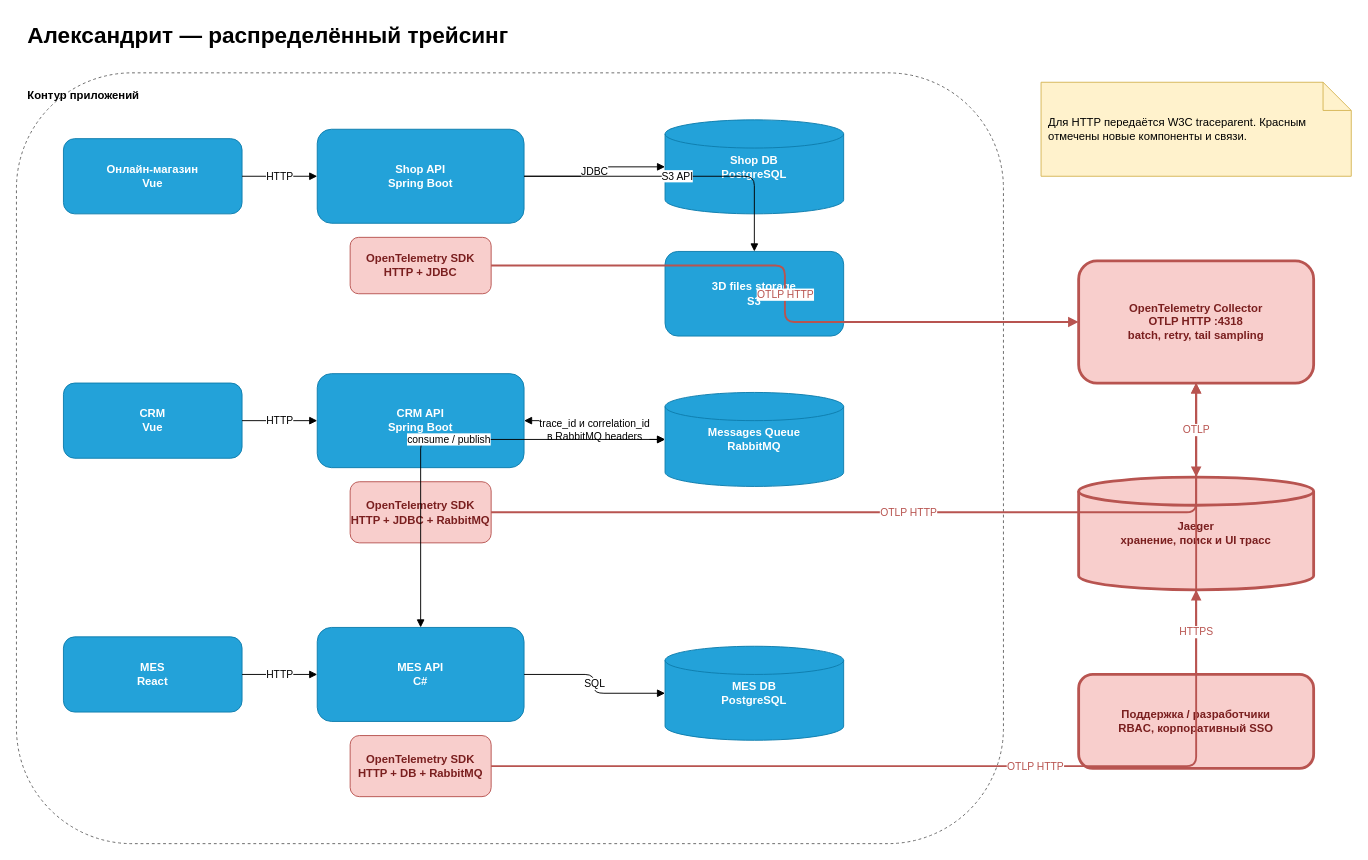
Rainbow42/architecture-pro-alexandrite keeps this draw.io diagram as Task3/Трейсинг-базовое-решение.drawio. Above is the earlier version. Source tidied: cells renumbered, new cells numbered last; positions are measured from the earlier drawing's top-left corner, leaving out a move shared by most shapes. Both pictures are drawn from the tidied source at 94%, with x=0, y=0 at pixel (16, 16).
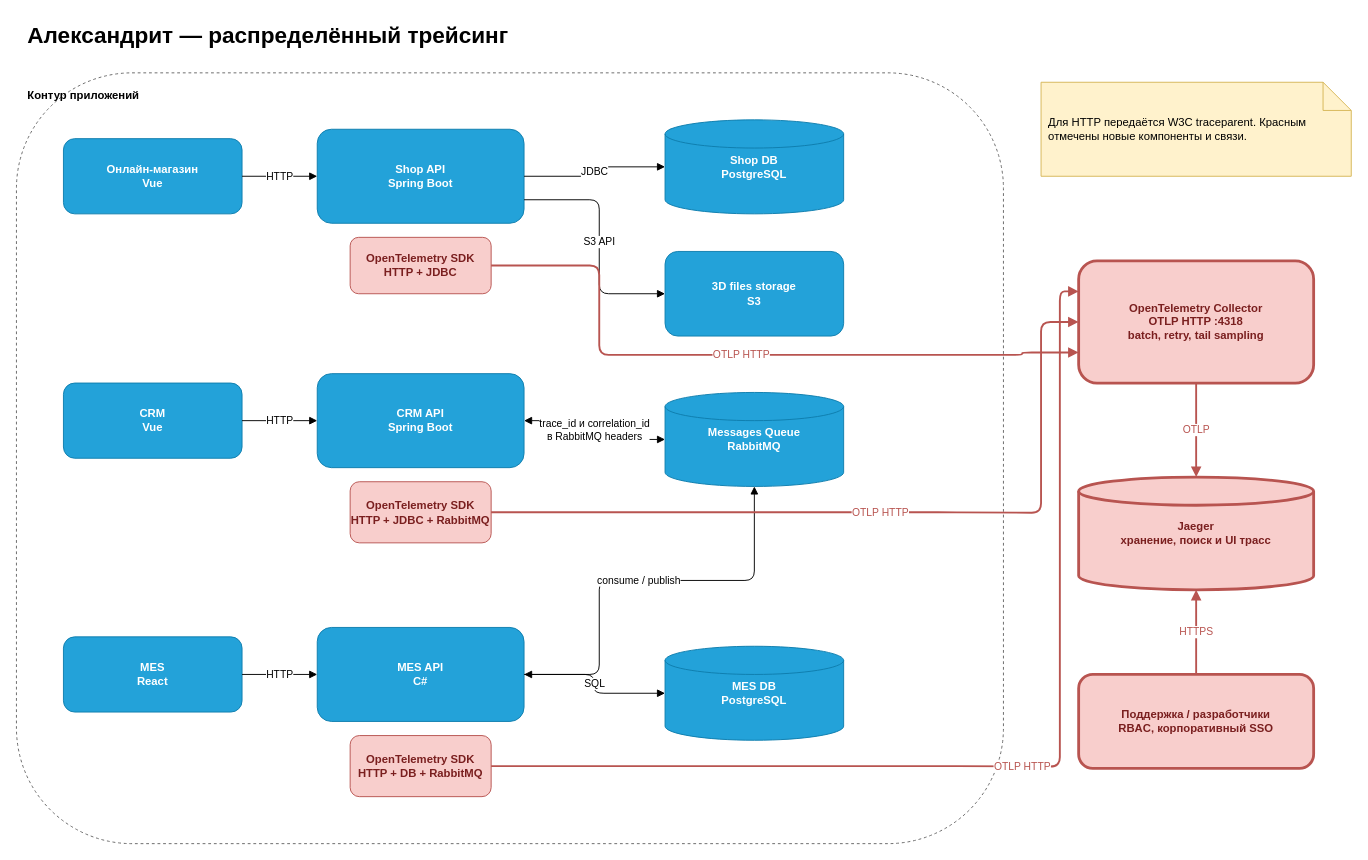
Above is the later version.

Commit message (it also covers changes not shown here):
clean up tracing diagram connectors

The change refers to these unchanged cells:
```xml
<mxCell id="5" value="Shop API&#10;Spring Boot" style="rounded=1;whiteSpace=wrap;html=1;fillColor=#23A2D9;strokeColor=#0E7DAD;fontColor=#ffffff;fontStyle=1;" parent="1" vertex="1">
  <mxGeometry x="320" y="120" width="220" height="100" as="geometry" />
</mxCell>
<mxCell id="6" value="OpenTelemetry SDK&#10;HTTP + JDBC" style="rounded=1;whiteSpace=wrap;html=1;fillColor=#f8cecc;strokeColor=#b85450;fontColor=#7a1f1f;fontStyle=1;" parent="1" vertex="1">
  <mxGeometry x="355" y="235" width="150" height="60" as="geometry" />
</mxCell>
<mxCell id="8" value="3D files storage&#10;S3" style="rounded=1;whiteSpace=wrap;html=1;fillColor=#23A2D9;strokeColor=#0E7DAD;fontColor=#ffffff;fontStyle=1;" parent="1" vertex="1">
  <mxGeometry x="690" y="250" width="190" height="90" as="geometry" />
</mxCell>
<mxCell id="11" value="OpenTelemetry SDK&#10;HTTP + JDBC + RabbitMQ" style="rounded=1;whiteSpace=wrap;html=1;fillColor=#f8cecc;strokeColor=#b85450;fontColor=#7a1f1f;fontStyle=1;" parent="1" vertex="1">
  <mxGeometry x="355" y="495" width="150" height="65" as="geometry" />
</mxCell>
<mxCell id="12" value="Messages Queue&#10;RabbitMQ" style="shape=cylinder3;whiteSpace=wrap;html=1;fillColor=#23A2D9;strokeColor=#0E7DAD;fontColor=#ffffff;fontStyle=1;" parent="1" vertex="1">
  <mxGeometry x="690" y="400" width="190" height="100" as="geometry" />
</mxCell>
<mxCell id="14" value="MES API&#10;C#" style="rounded=1;whiteSpace=wrap;html=1;fillColor=#23A2D9;strokeColor=#0E7DAD;fontColor=#ffffff;fontStyle=1;" parent="1" vertex="1">
  <mxGeometry x="320" y="650" width="220" height="100" as="geometry" />
</mxCell>
<mxCell id="15" value="OpenTelemetry SDK&#10;HTTP + DB + RabbitMQ" style="rounded=1;whiteSpace=wrap;html=1;fillColor=#f8cecc;strokeColor=#b85450;fontColor=#7a1f1f;fontStyle=1;" parent="1" vertex="1">
  <mxGeometry x="355" y="765" width="150" height="65" as="geometry" />
</mxCell>
<mxCell id="17" value="OpenTelemetry Collector&#10;OTLP HTTP :4318&#10;batch, retry, tail sampling" style="rounded=1;whiteSpace=wrap;html=1;fillColor=#f8cecc;strokeColor=#b85450;strokeWidth=3;fontColor=#7a1f1f;fontStyle=1;" parent="1" vertex="1">
  <mxGeometry x="1130" y="260" width="250" height="130" as="geometry" />
</mxCell>
```

Diff of the diagram source:
```diff
@@
-    <mxCell id="22" value="S3 API" style="edgeStyle=orthogonalEdgeStyle;html=1;endArrow=block;" parent="1" edge="1" source="5" target="8">
-      <mxGeometry relative="1" as="geometry" />
+    <mxCell id="22" value="S3 API" style="edgeStyle=orthogonalEdgeStyle;html=1;endArrow=block;exitX=1;exitY=0.75;exitDx=0;exitDy=0;entryX=0;entryY=0.5;entryDx=0;entryDy=0;" parent="1" edge="1" source="5" target="8">
+      <mxGeometry relative="1" as="geometry">
+        <Array as="points">
+          <mxPoint x="620" y="195" />
+          <mxPoint x="620" y="295" />
+        </Array>
+      </mxGeometry>
     </mxCell>
@@
-    <mxCell id="26" value="consume / publish" style="edgeStyle=orthogonalEdgeStyle;html=1;endArrow=block;startArrow=block;" parent="1" edge="1" source="12" target="14">
-      <mxGeometry relative="1" as="geometry" />
+    <mxCell id="26" value="consume / publish" style="edgeStyle=orthogonalEdgeStyle;html=1;endArrow=block;startArrow=block;exitX=0.5;exitY=1;exitDx=0;exitDy=0;entryX=1;entryY=0.5;entryDx=0;entryDy=0;" parent="1" edge="1" source="12" target="14">
+      <mxGeometry relative="1" as="geometry">
+        <Array as="points">
+          <mxPoint x="785" y="600" />
+          <mxPoint x="620" y="600" />
+          <mxPoint x="620" y="700" />
+        </Array>
+      </mxGeometry>
     </mxCell>
@@
-    <mxCell id="28" value="OTLP HTTP" style="edgeStyle=orthogonalEdgeStyle;html=1;endArrow=block;strokeColor=#b85450;strokeWidth=2;fontColor=#b85450;" parent="1" edge="1" source="6" target="17">
-      <mxGeometry relative="1" as="geometry" />
+    <mxCell id="28" value="OTLP HTTP" style="edgeStyle=orthogonalEdgeStyle;html=1;endArrow=block;strokeColor=#b85450;strokeWidth=2;fontColor=#b85450;exitX=1;exitY=0.5;exitDx=0;exitDy=0;entryX=0;entryY=0.75;entryDx=0;entryDy=0;" parent="1" edge="1" source="6" target="17">
+      <mxGeometry relative="1" as="geometry">
+        <Array as="points">
+          <mxPoint x="620" y="265" />
+          <mxPoint x="620" y="360" />
+          <mxPoint x="1070" y="360" />
+        </Array>
+      </mxGeometry>
     </mxCell>
-    <mxCell id="29" value="OTLP HTTP" style="edgeStyle=orthogonalEdgeStyle;html=1;endArrow=block;strokeColor=#b85450;strokeWidth=2;fontColor=#b85450;" parent="1" edge="1" source="11" target="17">
-      <mxGeometry relative="1" as="geometry" />
+    <mxCell id="29" value="OTLP HTTP" style="edgeStyle=orthogonalEdgeStyle;html=1;endArrow=block;strokeColor=#b85450;strokeWidth=2;fontColor=#b85450;exitX=1;exitY=0.5;exitDx=0;exitDy=0;entryX=0;entryY=0.5;entryDx=0;entryDy=0;" parent="1" edge="1" source="11" target="17">
+      <mxGeometry relative="1" as="geometry">
+        <Array as="points">
+          <mxPoint x="990" y="528" />
+          <mxPoint x="1090" y="528" />
+          <mxPoint x="1090" y="325" />
+        </Array>
+      </mxGeometry>
     </mxCell>
-    <mxCell id="30" value="OTLP HTTP" style="edgeStyle=orthogonalEdgeStyle;html=1;endArrow=block;strokeColor=#b85450;strokeWidth=2;fontColor=#b85450;" parent="1" edge="1" source="15" target="17">
-      <mxGeometry relative="1" as="geometry" />
+    <mxCell id="30" value="OTLP HTTP" style="edgeStyle=orthogonalEdgeStyle;html=1;endArrow=block;strokeColor=#b85450;strokeWidth=2;fontColor=#b85450;exitX=1;exitY=0.5;exitDx=0;exitDy=0;entryX=0;entryY=0.25;entryDx=0;entryDy=0;" parent="1" edge="1" source="15" target="17">
+      <mxGeometry relative="1" as="geometry">
+        <Array as="points">
+          <mxPoint x="990" y="798" />
+          <mxPoint x="1110" y="798" />
+          <mxPoint x="1110" y="293" />
+        </Array>
+      </mxGeometry>
     </mxCell>
```
